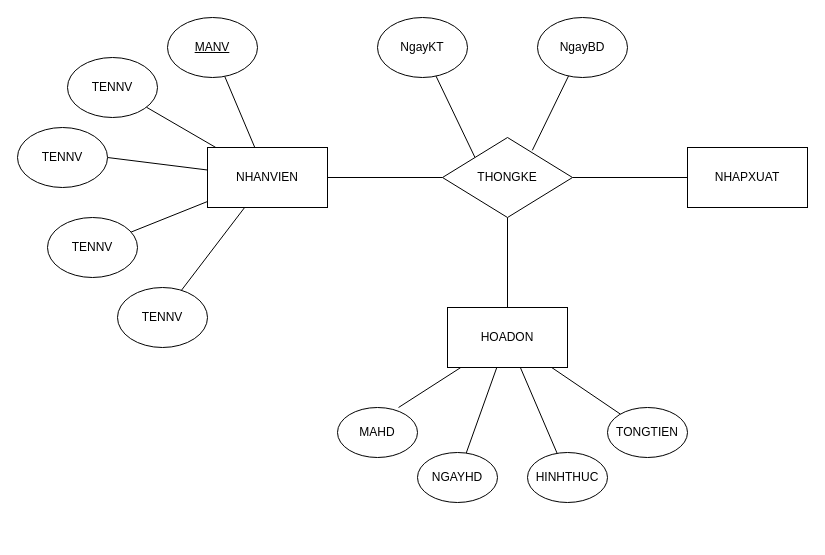
Earlier version of the draw.io diagram Quanlysanpham_thongke/Thống kê/ERD/Untitled Diagram.drawio (VoHoangDai/CNPM). Source tidied: cells renumbered, new cells numbered last; positions are measured from the earlier drawing's top-left corner, leaving out a move shared by most shapes. Both pictures are drawn from the tidied source at 100%, with x=0, y=0 at pixel (17, 17).
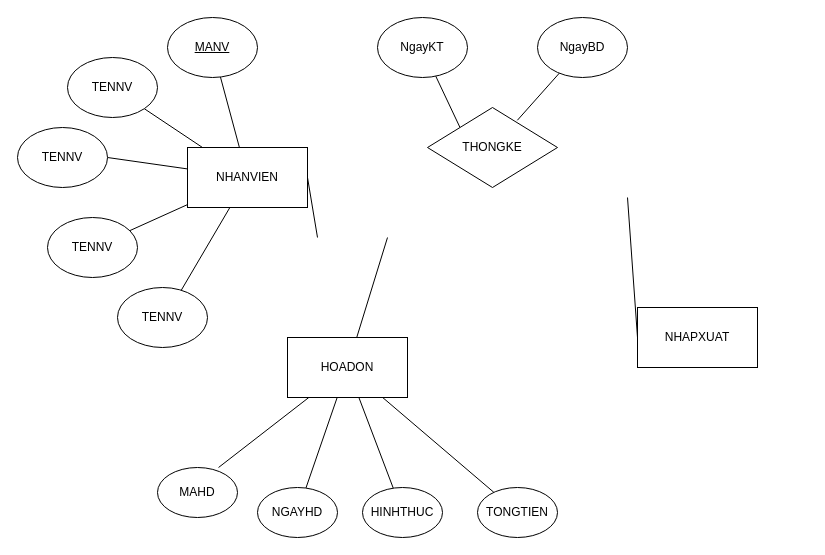
After the change.

Change to the diagram source:
```diff
@@
     <mxCell id="11" value="NHANVIEN" style="rounded=0;whiteSpace=wrap;html=1;" parent="1" vertex="1">
-      <mxGeometry x="190" y="130" width="120" height="60" as="geometry" />
+      <mxGeometry x="170" y="130" width="120" height="60" as="geometry" />
     </mxCell>
-    <mxCell id="12" style="edgeStyle=none;rounded=0;jettySize=auto;html=1;entryX=0.5;entryY=1;entryDx=0;entryDy=0;endArrow=none;endFill=0;" parent="1" edge="1" source="17" target="21">
-      <mxGeometry relative="1" as="geometry" />
+    <mxCell id="12" style="edgeStyle=none;rounded=0;jettySize=auto;html=1;endArrow=none;endFill=0;" parent="1" edge="1" source="17">
+      <mxGeometry relative="1" as="geometry">
+        <mxPoint x="370" y="220" as="targetPoint" />
+      </mxGeometry>
     </mxCell>
@@
     <mxCell id="17" value="HOADON" style="rounded=0;whiteSpace=wrap;html=1;" parent="1" vertex="1">
-      <mxGeometry x="430" y="290" width="120" height="60" as="geometry" />
+      <mxGeometry x="270" y="320" width="120" height="60" as="geometry" />
     </mxCell>
     <mxCell id="18" value="NHAPXUAT" style="rounded=0;whiteSpace=wrap;html=1;" parent="1" vertex="1">
-      <mxGeometry x="670" y="130" width="120" height="60" as="geometry" />
+      <mxGeometry x="620" y="290" width="120" height="60" as="geometry" />
     </mxCell>
-    <mxCell id="19" style="edgeStyle=none;rounded=0;jettySize=auto;html=1;endArrow=none;endFill=0;entryX=1;entryY=0.5;entryDx=0;entryDy=0;exitX=0;exitY=0.5;exitDx=0;exitDy=0;" parent="1" edge="1" source="21" target="11">
-      <mxGeometry relative="1" as="geometry" />
+    <mxCell id="19" style="edgeStyle=none;rounded=0;jettySize=auto;html=1;endArrow=none;endFill=0;entryX=1;entryY=0.5;entryDx=0;entryDy=0;" parent="1" edge="1" target="11">
+      <mxGeometry relative="1" as="geometry">
+        <mxPoint x="300" y="220" as="sourcePoint" />
+      </mxGeometry>
     </mxCell>
-    <mxCell id="20" style="edgeStyle=none;rounded=0;jettySize=auto;html=1;entryX=0;entryY=0.5;entryDx=0;entryDy=0;endArrow=none;endFill=0;" parent="1" edge="1" source="21" target="18">
-      <mxGeometry relative="1" as="geometry" />
+    <mxCell id="20" style="edgeStyle=none;rounded=0;jettySize=auto;html=1;entryX=0;entryY=0.5;entryDx=0;entryDy=0;endArrow=none;endFill=0;" parent="1" edge="1" target="18">
+      <mxGeometry relative="1" as="geometry">
+        <mxPoint x="610" y="180" as="sourcePoint" />
+      </mxGeometry>
     </mxCell>
     <mxCell id="21" value="THONGKE" style="rhombus;whiteSpace=wrap;html=1;" parent="1" vertex="1">
-      <mxGeometry x="425" y="120" width="130" height="80" as="geometry" />
+      <mxGeometry x="410" y="90" width="130" height="80" as="geometry" />
     </mxCell>
     <mxCell id="22" value="MAHD" style="ellipse;whiteSpace=wrap;html=1;" parent="1" vertex="1">
-      <mxGeometry x="320" y="390" width="80" height="50" as="geometry" />
+      <mxGeometry x="140" y="450" width="80" height="50" as="geometry" />
     </mxCell>
     <mxCell id="23" value="NGAYHD" style="ellipse;whiteSpace=wrap;html=1;" parent="1" vertex="1">
-      <mxGeometry x="400" y="435" width="80" height="50" as="geometry" />
+      <mxGeometry x="240" y="470" width="80" height="50" as="geometry" />
     </mxCell>
     <mxCell id="24" value="HINHTHUC" style="ellipse;whiteSpace=wrap;html=1;" parent="1" vertex="1">
-      <mxGeometry x="510" y="435" width="80" height="50" as="geometry" />
+      <mxGeometry x="345" y="470" width="80" height="50" as="geometry" />
     </mxCell>
     <mxCell id="25" value="TONGTIEN" style="ellipse;whiteSpace=wrap;html=1;" parent="1" vertex="1">
-      <mxGeometry x="590" y="390" width="80" height="50" as="geometry" />
+      <mxGeometry x="460" y="470" width="80" height="50" as="geometry" />
     </mxCell>
```
